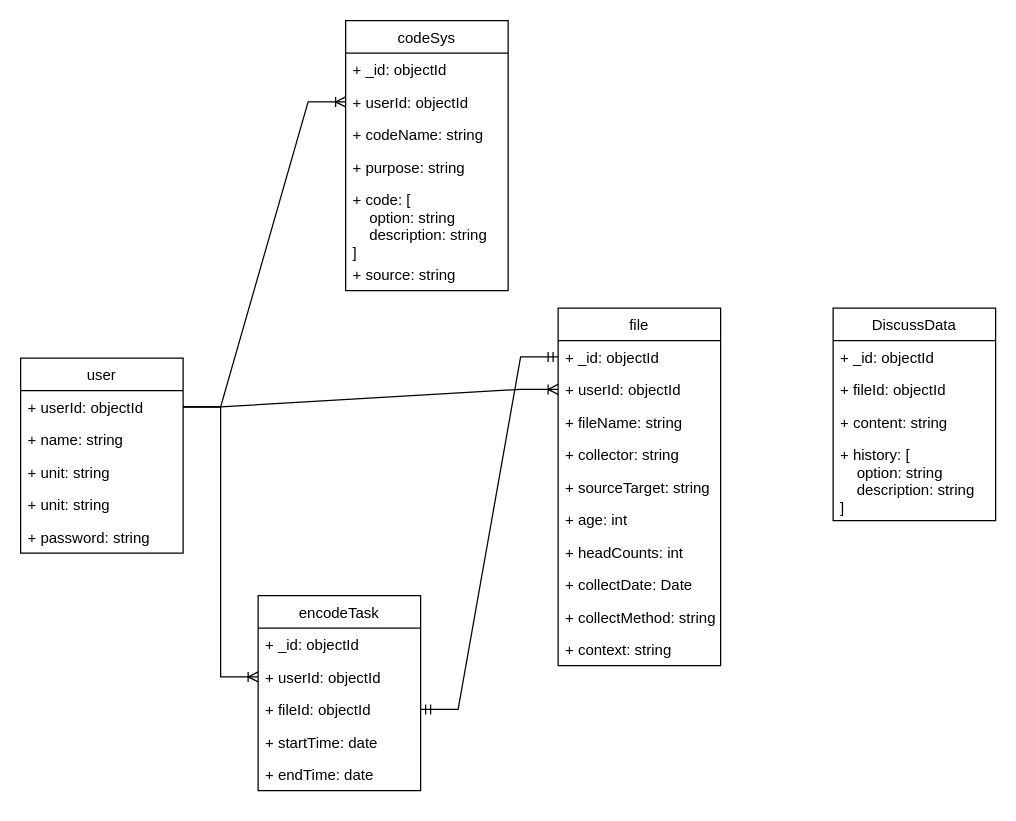
Earlier version of the draw.io diagram NLP.drawio (Zeng9898/argument-platform). Source tidied: cells renumbered, new cells numbered last; positions are measured from the earlier drawing's top-left corner, leaving out a move shared by most shapes. Both pictures are drawn from the tidied source at 125%, with x=0, y=0 at pixel (20, 20).
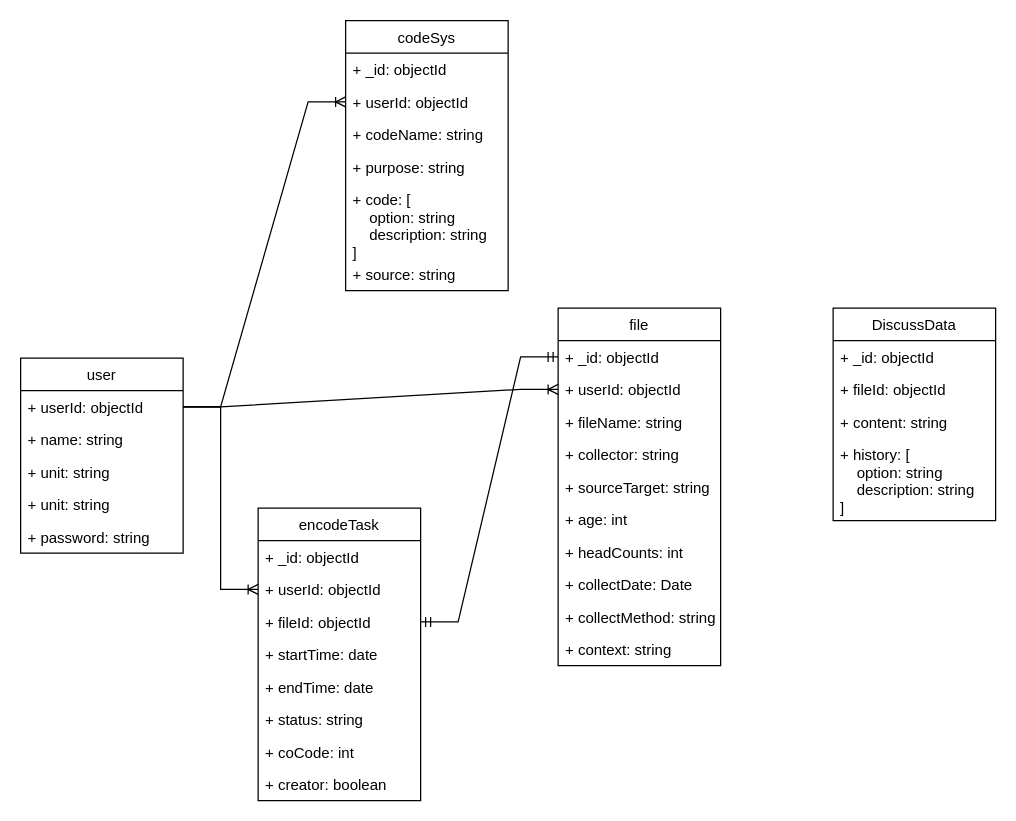
The same page after the edit.

What changed in the source:
```diff
@@
     <mxCell id="28" value="encodeTask" style="swimlane;fontStyle=0;horizontal=1;startSize=26;fillColor=none;" parent="1" vertex="1">
-      <mxGeometry x="190" y="460" width="130" height="156" as="geometry" />
+      <mxGeometry x="190" y="390" width="130" height="234" as="geometry" />
     </mxCell>
@@
+    <mxCell id="41" value="+ status: string" style="text;strokeColor=none;fillColor=none;align=left;verticalAlign=top;spacingLeft=4;spacingRight=4;overflow=hidden;" parent="28" vertex="1">
+      <mxGeometry y="156" width="130" height="26" as="geometry" />
+    </mxCell>
+    <mxCell id="42" value="+ coCode: int" style="text;strokeColor=none;fillColor=none;align=left;verticalAlign=top;spacingLeft=4;spacingRight=4;overflow=hidden;" parent="28" vertex="1">
+      <mxGeometry y="182" width="130" height="26" as="geometry" />
+    </mxCell>
+    <mxCell id="43" value="+ creator: boolean" style="text;strokeColor=none;fillColor=none;align=left;verticalAlign=top;spacingLeft=4;spacingRight=4;overflow=hidden;" parent="28" vertex="1">
+      <mxGeometry y="208" width="130" height="26" as="geometry" />
+    </mxCell>
```
